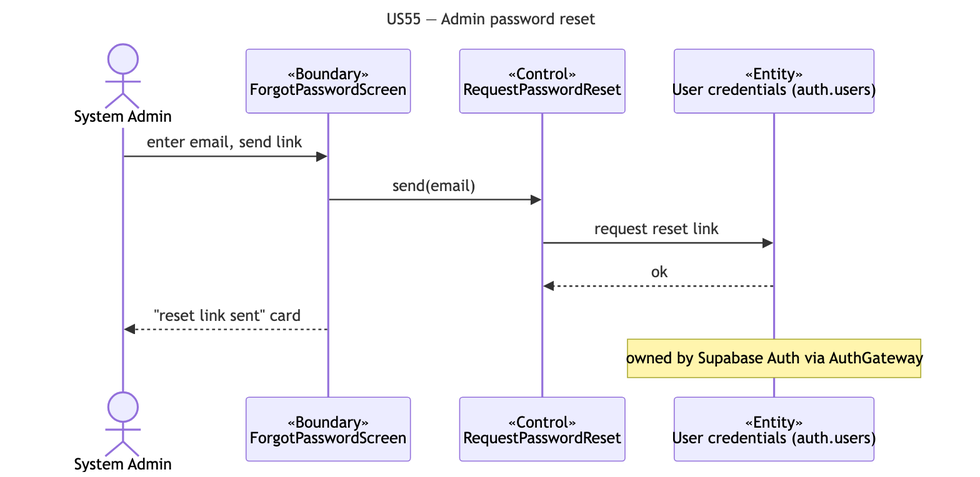
Before: docs/deliverables/sequence-diagrams/US55-admin-reset.png, a diagram exported from Mermaid (cyuanjun/FYP-26-S2-37-app). Its source is kept beside it as docs/deliverables/sequence-diagrams/src/US55-admin-reset.mmd.
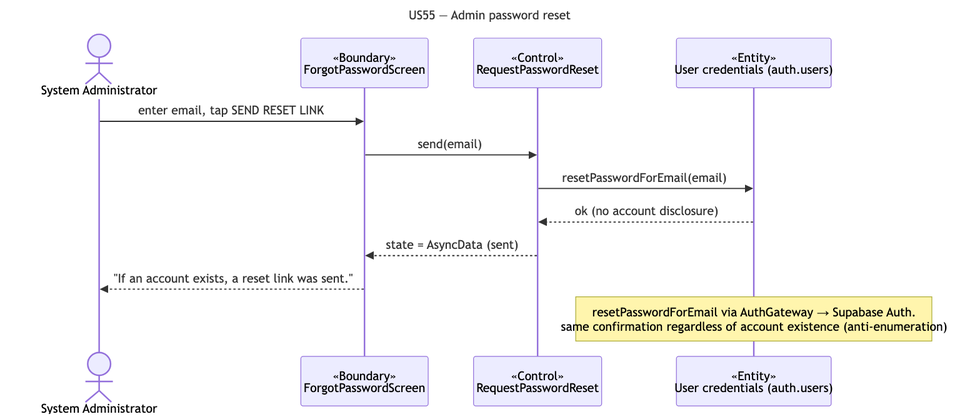
After the commit.

Change to the diagram source:
```diff
@@ -2,13 +2,14 @@
 title: "US55 — Admin password reset"
 ---
 sequenceDiagram
-  actor A as System Admin
+  actor A as System Administrator
   participant B as «Boundary»<br/>ForgotPasswordScreen
   participant C as «Control»<br/>RequestPasswordReset
   participant E as «Entity»<br/>User credentials (auth.users)
-  A->>B: enter email, send link
+  A->>B: enter email, tap SEND RESET LINK
   B->>C: send(email)
-  C->>E: request reset link
-  E-->>C: ok
-  B-->>A: "reset link sent" card
-  note over E: owned by Supabase Auth via AuthGateway
+  C->>E: resetPasswordForEmail(email)
+  E-->>C: ok (no account disclosure)
+  C-->>B: state = AsyncData (sent)
+  B-->>A: "If an account exists, a reset link was sent."
+  note over E: resetPasswordForEmail via AuthGateway → Supabase Auth.<br/>same confirmation regardless of account existence (anti-enumeration)
```
